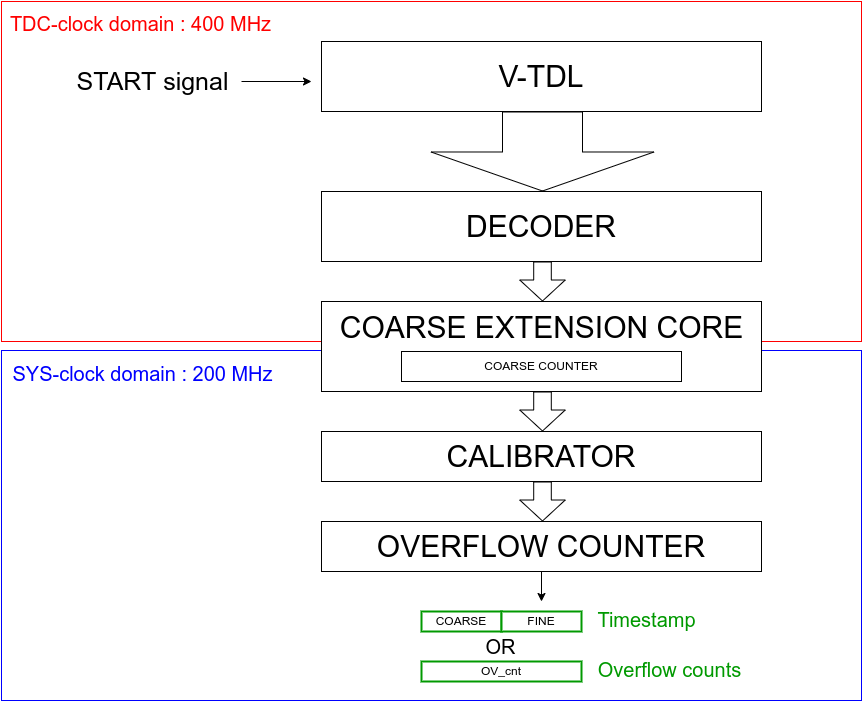
Above: 2.State-of-the-Art/images/oldtdc.png in mconsonni96/Tesi (draw.io), before the change. Source tidied: cells renumbered, new cells last; positions are measured from the earlier drawing's top-left corner, leaving out a move shared by most shapes.
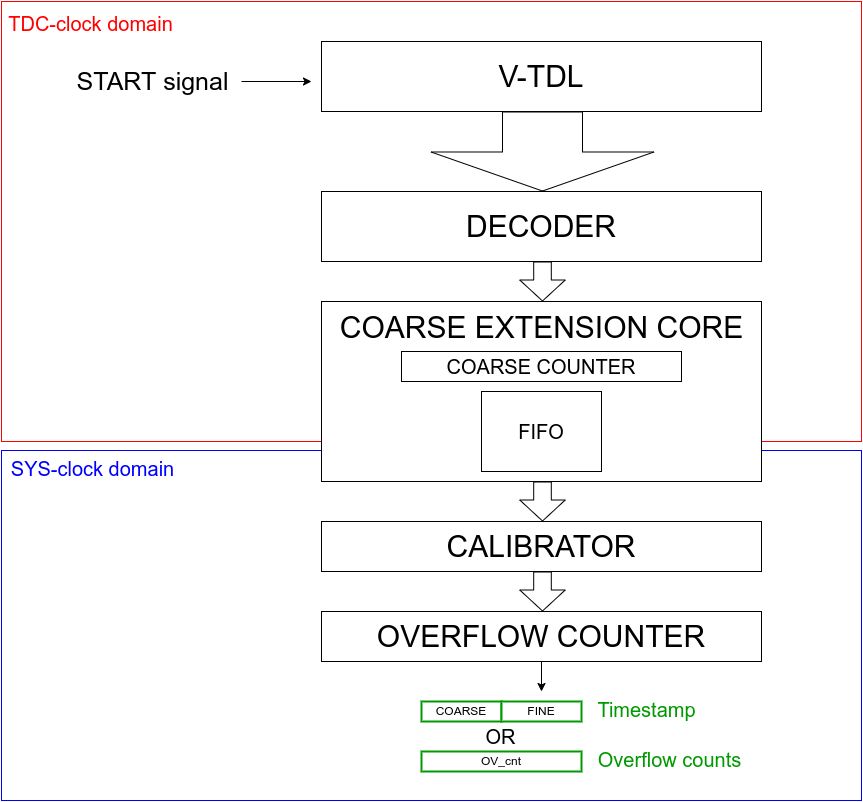
After the change.

The edit, as a diff of the source:
```diff
@@ -3,10 +3,10 @@
     <mxCell id="0" />
     <mxCell id="1" parent="0" />
     <mxCell id="2" style="rounded=0;whiteSpace=wrap;html=1;strokeColor=#0000FF;" parent="1" vertex="1">
-      <mxGeometry x="1" y="350" width="860" height="350" as="geometry" />
+      <mxGeometry x="1" y="450" width="860" height="350" as="geometry" />
     </mxCell>
     <mxCell id="3" style="rounded=0;whiteSpace=wrap;html=1;strokeColor=#FF0000;" parent="1" vertex="1">
-      <mxGeometry x="1" y="1" width="860" height="340" as="geometry" />
+      <mxGeometry x="1" y="1" width="860" height="440" as="geometry" />
     </mxCell>
     <mxCell id="4" value="&lt;font style=&quot;font-size: 30px&quot;&gt;V-TDL&lt;/font&gt;" style="rounded=0;whiteSpace=wrap;html=1;" parent="1" vertex="1">
       <mxGeometry x="321" y="41" width="440" height="70" as="geometry" />
@@ -27,51 +27,51 @@
       </mxGeometry>
     </mxCell>
     <mxCell id="8" style="rounded=0;whiteSpace=wrap;html=1;" parent="1" vertex="1">
-      <mxGeometry x="321" y="301" width="440" height="90" as="geometry" />
+      <mxGeometry x="321" y="301" width="440" height="180" as="geometry" />
     </mxCell>
-    <mxCell id="9" value="COARSE COUNTER" style="rounded=0;whiteSpace=wrap;html=1;" parent="1" vertex="1">
+    <mxCell id="9" value="&lt;font style=&quot;font-size: 20px&quot;&gt;COARSE COUNTER&lt;/font&gt;" style="rounded=0;whiteSpace=wrap;html=1;" parent="1" vertex="1">
       <mxGeometry x="401" y="351" width="280" height="30" as="geometry" />
     </mxCell>
     <mxCell id="10" style="shape=flexArrow;endArrow=classic;html=1;endWidth=26.880000000000003;endSize=6.664;width=17.6;" parent="1" edge="1">
       <mxGeometry relative="1" as="geometry">
-        <mxPoint x="542" y="391" as="sourcePoint" />
-        <mxPoint x="542" y="431" as="targetPoint" />
+        <mxPoint x="542" y="481" as="sourcePoint" />
+        <mxPoint x="542" y="521" as="targetPoint" />
       </mxGeometry>
     </mxCell>
     <mxCell id="11" value="&lt;span style=&quot;font-size: 30px&quot;&gt;CALIBRATOR&lt;/span&gt;" style="rounded=0;whiteSpace=wrap;html=1;" parent="1" vertex="1">
-      <mxGeometry x="321" y="431" width="440" height="50" as="geometry" />
+      <mxGeometry x="321" y="521" width="440" height="50" as="geometry" />
     </mxCell>
     <mxCell id="12" style="shape=flexArrow;endArrow=classic;html=1;endWidth=26.880000000000003;endSize=6.664;width=17.6;" parent="1" edge="1">
       <mxGeometry relative="1" as="geometry">
-        <mxPoint x="542" y="481" as="sourcePoint" />
-        <mxPoint x="542" y="521" as="targetPoint" />
+        <mxPoint x="542" y="571" as="sourcePoint" />
+        <mxPoint x="542" y="611" as="targetPoint" />
       </mxGeometry>
     </mxCell>
     <mxCell id="13" value="&lt;span style=&quot;font-size: 30px&quot;&gt;OVERFLOW COUNTER&lt;/span&gt;" style="rounded=0;whiteSpace=wrap;html=1;" parent="1" vertex="1">
-      <mxGeometry x="321" y="521" width="440" height="50" as="geometry" />
+      <mxGeometry x="321" y="611" width="440" height="50" as="geometry" />
     </mxCell>
     <mxCell id="14" style="endArrow=classic;html=1;exitX=0.5;exitY=1;exitDx=0;exitDy=0;" parent="1" edge="1" source="13">
       <mxGeometry relative="1" as="geometry">
-        <mxPoint x="541" y="601" as="targetPoint" />
+        <mxPoint x="541" y="691" as="targetPoint" />
       </mxGeometry>
     </mxCell>
     <mxCell id="15" value="COARSE" style="rounded=0;whiteSpace=wrap;html=1;strokeWidth=2;strokeColor=#009900;" parent="1" vertex="1">
-      <mxGeometry x="421" y="611" width="80" height="20" as="geometry" />
+      <mxGeometry x="421" y="701" width="80" height="20" as="geometry" />
     </mxCell>
     <mxCell id="16" value="FINE" style="rounded=0;whiteSpace=wrap;html=1;strokeWidth=2;strokeColor=#009900;" parent="1" vertex="1">
-      <mxGeometry x="501" y="611" width="80" height="20" as="geometry" />
+      <mxGeometry x="501" y="701" width="80" height="20" as="geometry" />
     </mxCell>
     <mxCell id="17" value="OV_cnt" style="rounded=0;whiteSpace=wrap;html=1;strokeColor=#009900;strokeWidth=2;" parent="1" vertex="1">
-      <mxGeometry x="421" y="661" width="160" height="20" as="geometry" />
+      <mxGeometry x="421" y="751" width="160" height="20" as="geometry" />
     </mxCell>
     <mxCell id="18" value="COARSE EXTENSION CORE" style="text;html=1;align=center;verticalAlign=middle;fillColor=none;strokeColor=none;rounded=0;fontSize=30;" parent="1" vertex="1">
       <mxGeometry x="331" y="307" width="420" height="40" as="geometry" />
     </mxCell>
-    <mxCell id="19" value="&lt;font style=&quot;font-size: 20px&quot; color=&quot;#ff0000&quot;&gt;TDC-clock domain : 400 MHz&lt;/font&gt;" style="text;html=1;align=center;verticalAlign=middle;fillColor=none;strokeColor=none;rounded=0;fontSize=30;" parent="1" vertex="1">
-      <mxGeometry width="280" height="40" as="geometry" />
+    <mxCell id="19" value="&lt;font style=&quot;font-size: 20px&quot; color=&quot;#ff0000&quot;&gt;TDC-clock domain&lt;/font&gt;" style="text;html=1;align=center;verticalAlign=middle;fillColor=none;strokeColor=none;rounded=0;fontSize=30;" parent="1" vertex="1">
+      <mxGeometry width="180" height="40" as="geometry" />
     </mxCell>
-    <mxCell id="20" value="&lt;font style=&quot;font-size: 20px&quot; color=&quot;#0000ff&quot;&gt;SYS-clock domain : 200 MHz&lt;/font&gt;" style="text;html=1;align=center;verticalAlign=middle;fillColor=none;strokeColor=none;rounded=0;fontSize=30;" parent="1" vertex="1">
-      <mxGeometry x="2" y="350" width="280" height="40" as="geometry" />
+    <mxCell id="20" value="&lt;font style=&quot;font-size: 20px&quot; color=&quot;#0000ff&quot;&gt;SYS-clock domain&lt;/font&gt;" style="text;html=1;align=center;verticalAlign=middle;fillColor=none;strokeColor=none;rounded=0;fontSize=30;" parent="1" vertex="1">
+      <mxGeometry x="2" y="445" width="180" height="40" as="geometry" />
     </mxCell>
     <mxCell id="21" style="endArrow=classic;html=1;fontSize=20;" parent="1" edge="1">
       <mxGeometry relative="1" as="geometry">
@@ -83,13 +83,16 @@
       <mxGeometry x="67" y="65" width="170" height="30" as="geometry" />
     </mxCell>
     <mxCell id="23" value="&lt;font color=&quot;#000000&quot; style=&quot;font-size: 20px&quot;&gt;OR&lt;/font&gt;" style="text;html=1;align=center;verticalAlign=middle;fillColor=none;strokeColor=none;rounded=0;fontSize=25;fontColor=#0000FF;" parent="1" vertex="1">
-      <mxGeometry x="475" y="624" width="50" height="40" as="geometry" />
+      <mxGeometry x="475" y="714" width="50" height="40" as="geometry" />
     </mxCell>
     <mxCell id="24" value="&lt;font color=&quot;#009900&quot;&gt;Timestamp&lt;/font&gt;" style="text;html=1;align=center;verticalAlign=middle;fillColor=none;strokeColor=none;rounded=0;fontSize=20;fontColor=#000000;" parent="1" vertex="1">
-      <mxGeometry x="591" y="604" width="110" height="30" as="geometry" />
+      <mxGeometry x="591" y="694" width="110" height="30" as="geometry" />
     </mxCell>
     <mxCell id="25" value="&lt;font color=&quot;#009900&quot;&gt;Overflow counts&lt;/font&gt;" style="text;html=1;align=center;verticalAlign=middle;fillColor=none;strokeColor=none;rounded=0;fontSize=20;fontColor=#000000;" parent="1" vertex="1">
-      <mxGeometry x="589" y="654" width="160" height="30" as="geometry" />
+      <mxGeometry x="589" y="744" width="160" height="30" as="geometry" />
     </mxCell>
+    <mxCell id="26" value="&lt;font style=&quot;font-size: 20px&quot;&gt;FIFO&lt;/font&gt;" style="rounded=0;whiteSpace=wrap;html=1;" parent="1" vertex="1">
+      <mxGeometry x="481" y="391" width="120" height="80" as="geometry" />
+    </mxCell>
   </root>
 </mxGraphModel>
```
